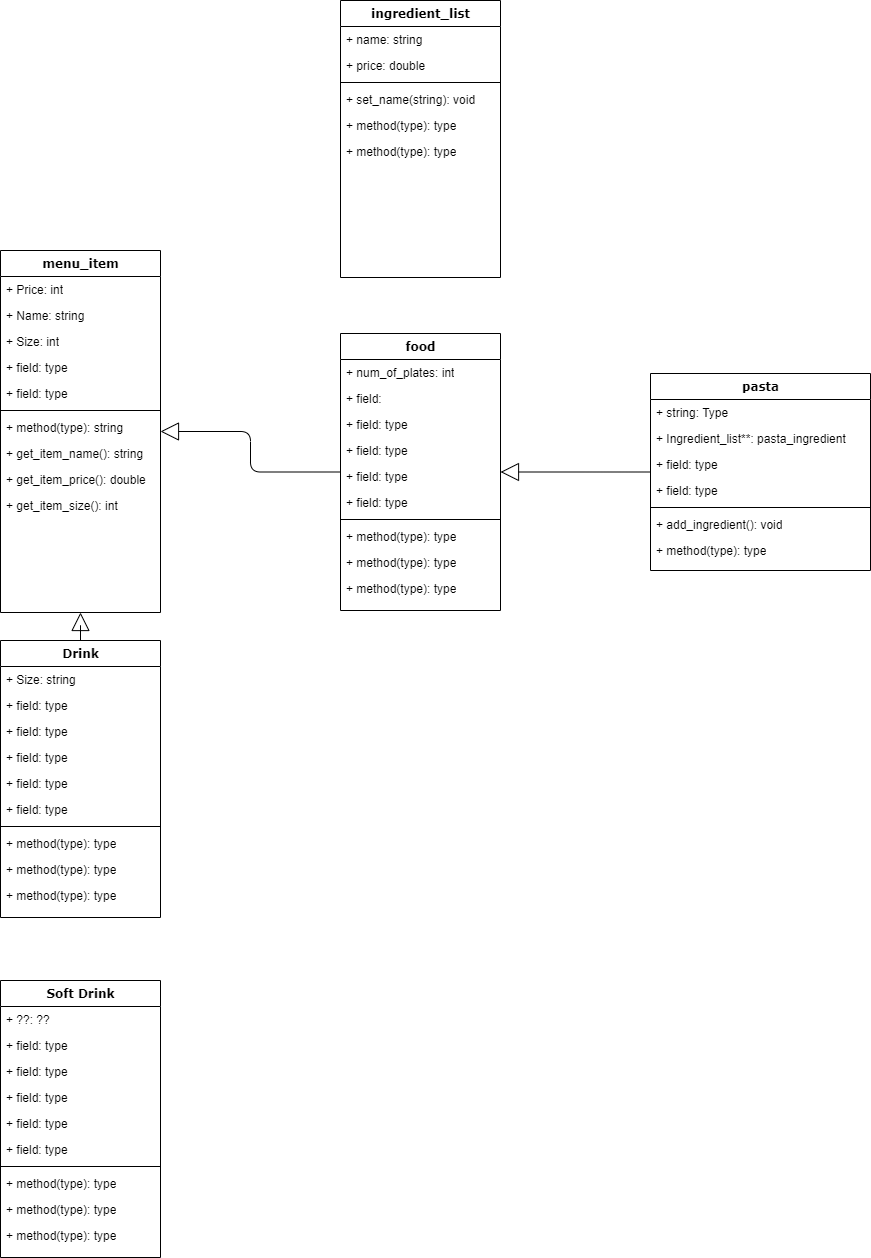
Earlier version of the draw.io export UML.png (SohamA12345/Project). Source tidied: cells renumbered, new cells last; positions are measured from the earlier drawing's top-left corner, leaving out a move shared by most shapes.
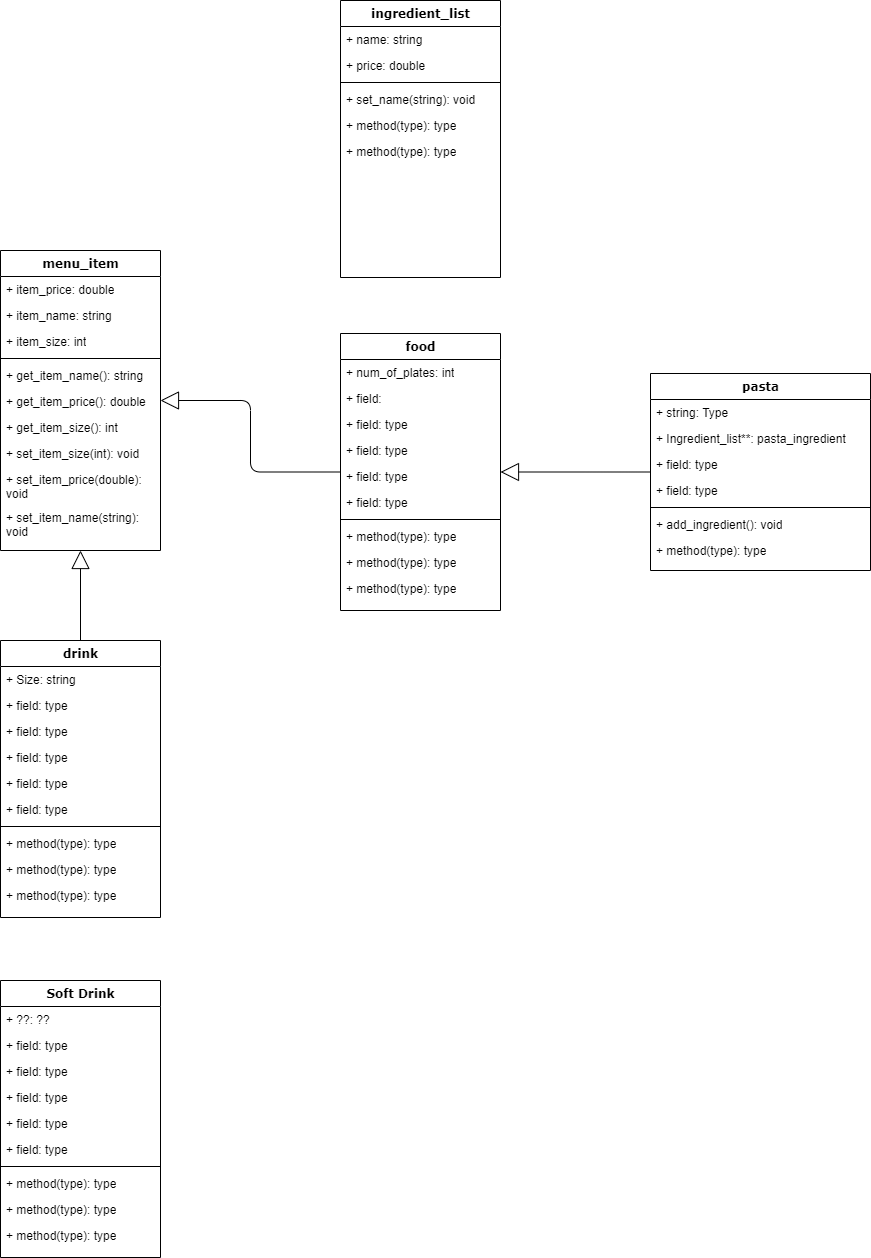
Later version of the same file.

Commit message:
Finished Menu ITem

What changed in the source:
```diff
@@ -3,38 +3,38 @@
     <mxCell id="0" />
     <mxCell id="1" parent="0" />
     <mxCell id="2" value="&lt;div&gt;menu_item&lt;br&gt;&lt;/div&gt;" style="swimlane;html=1;fontStyle=1;align=center;verticalAlign=top;horizontal=1;startSize=26;swimlaneFillColor=#ffffff;rounded=0;shadow=0;comic=0;labelBackgroundColor=none;strokeWidth=1;fillColor=none;fontFamily=Verdana;fontSize=12;" parent="1" vertex="1">
-      <mxGeometry y="250" width="160" height="362" as="geometry" />
+      <mxGeometry y="250" width="160" height="300" as="geometry" />
     </mxCell>
-    <mxCell id="3" value="+ Price: int" style="text;html=1;strokeColor=none;fillColor=none;align=left;verticalAlign=top;spacingLeft=4;spacingRight=4;whiteSpace=wrap;overflow=hidden;" parent="2" vertex="1">
+    <mxCell id="3" value="+ item_price: double" style="text;html=1;strokeColor=none;fillColor=none;align=left;verticalAlign=top;spacingLeft=4;spacingRight=4;whiteSpace=wrap;overflow=hidden;" parent="2" vertex="1">
       <mxGeometry y="26" width="160" height="26" as="geometry" />
     </mxCell>
-    <mxCell id="4" value="+ Name: string" style="text;html=1;strokeColor=none;fillColor=none;align=left;verticalAlign=top;spacingLeft=4;spacingRight=4;whiteSpace=wrap;overflow=hidden;" parent="2" vertex="1">
+    <mxCell id="4" value="+ item_name: string" style="text;html=1;strokeColor=none;fillColor=none;align=left;verticalAlign=top;spacingLeft=4;spacingRight=4;whiteSpace=wrap;overflow=hidden;" parent="2" vertex="1">
       <mxGeometry y="52" width="160" height="26" as="geometry" />
     </mxCell>
-    <mxCell id="5" value="+ Size: int" style="text;html=1;strokeColor=none;fillColor=none;align=left;verticalAlign=top;spacingLeft=4;spacingRight=4;whiteSpace=wrap;overflow=hidden;" parent="2" vertex="1">
+    <mxCell id="5" value="+ item_size: int" style="text;html=1;strokeColor=none;fillColor=none;align=left;verticalAlign=top;spacingLeft=4;spacingRight=4;whiteSpace=wrap;overflow=hidden;" parent="2" vertex="1">
       <mxGeometry y="78" width="160" height="26" as="geometry" />
     </mxCell>
-    <mxCell id="6" value="+ field: type" style="text;html=1;strokeColor=none;fillColor=none;align=left;verticalAlign=top;spacingLeft=4;spacingRight=4;whiteSpace=wrap;overflow=hidden;" parent="2" vertex="1">
-      <mxGeometry y="104" width="160" height="26" as="geometry" />
-    </mxCell>
-    <mxCell id="7" value="+ field: type" style="text;html=1;strokeColor=none;fillColor=none;align=left;verticalAlign=top;spacingLeft=4;spacingRight=4;whiteSpace=wrap;overflow=hidden;" parent="2" vertex="1">
-      <mxGeometry y="130" width="160" height="26" as="geometry" />
-    </mxCell>
     <mxCell id="8" style="line;html=1;strokeWidth=1;fillColor=none;align=left;verticalAlign=middle;spacingTop=-1;spacingLeft=3;spacingRight=3;labelPosition=right;" parent="2" vertex="1">
-      <mxGeometry y="156" width="160" height="8" as="geometry" />
+      <mxGeometry y="104" width="160" height="8" as="geometry" />
     </mxCell>
-    <mxCell id="9" value="+ method(type): string" style="text;html=1;strokeColor=none;fillColor=none;align=left;verticalAlign=top;spacingLeft=4;spacingRight=4;whiteSpace=wrap;overflow=hidden;" parent="2" vertex="1">
-      <mxGeometry y="164" width="160" height="26" as="geometry" />
-    </mxCell>
     <mxCell id="10" value="+ get_item_name(): string" style="text;html=1;strokeColor=none;fillColor=none;align=left;verticalAlign=top;spacingLeft=4;spacingRight=4;whiteSpace=wrap;overflow=hidden;" parent="2" vertex="1">
-      <mxGeometry y="190" width="160" height="26" as="geometry" />
+      <mxGeometry y="112" width="160" height="26" as="geometry" />
     </mxCell>
     <mxCell id="11" value="+ get_item_price(): double" style="text;html=1;strokeColor=none;fillColor=none;align=left;verticalAlign=top;spacingLeft=4;spacingRight=4;whiteSpace=wrap;overflow=hidden;" parent="2" vertex="1">
-      <mxGeometry y="216" width="160" height="26" as="geometry" />
+      <mxGeometry y="138" width="160" height="26" as="geometry" />
     </mxCell>
     <mxCell id="12" value="+ get_item_size(): int" style="text;html=1;strokeColor=none;fillColor=none;align=left;verticalAlign=top;spacingLeft=4;spacingRight=4;whiteSpace=wrap;overflow=hidden;" parent="2" vertex="1">
-      <mxGeometry y="242" width="160" height="26" as="geometry" />
+      <mxGeometry y="164" width="160" height="26" as="geometry" />
     </mxCell>
+    <mxCell id="64" value="+ set_item_size(int): void" style="text;html=1;strokeColor=none;fillColor=none;align=left;verticalAlign=top;spacingLeft=4;spacingRight=4;whiteSpace=wrap;overflow=hidden;" parent="2" vertex="1">
+      <mxGeometry y="190" width="160" height="26" as="geometry" />
+    </mxCell>
+    <mxCell id="65" value="+ set_item_price(double): void" style="text;html=1;strokeColor=none;fillColor=none;align=left;verticalAlign=top;spacingLeft=4;spacingRight=4;whiteSpace=wrap;overflow=hidden;" parent="2" vertex="1">
+      <mxGeometry y="216" width="160" height="38" as="geometry" />
+    </mxCell>
+    <mxCell id="66" value="+ set_item_name(string): void" style="text;html=1;strokeColor=none;fillColor=none;align=left;verticalAlign=top;spacingLeft=4;spacingRight=4;whiteSpace=wrap;overflow=hidden;" parent="2" vertex="1">
+      <mxGeometry y="254" width="160" height="40" as="geometry" />
+    </mxCell>
     <mxCell id="13" style="edgeStyle=orthogonalEdgeStyle;html=1;labelBackgroundColor=none;startFill=0;startSize=8;endArrow=block;endFill=0;endSize=16;fontFamily=Verdana;fontSize=12;elbow=vertical;rounded=1;strokeColor=default;align=center;verticalAlign=middle;fontColor=default;" parent="1" edge="1" source="25" target="14">
       <mxGeometry relative="1" as="geometry" />
     </mxCell>
@@ -101,7 +101,7 @@
     <mxCell id="34" style="edgeStyle=orthogonalEdgeStyle;rounded=1;jettySize=auto;html=1;entryX=0.5;entryY=1;entryDx=0;entryDy=0;strokeColor=default;align=center;verticalAlign=middle;fontFamily=Verdana;fontSize=12;fontColor=default;labelBackgroundColor=none;startFill=0;startSize=8;endArrow=block;endFill=0;endSize=16;" parent="1" edge="1" source="35" target="2">
       <mxGeometry relative="1" as="geometry" />
     </mxCell>
-    <mxCell id="35" value="Drink" style="swimlane;html=1;fontStyle=1;align=center;verticalAlign=top;horizontal=1;startSize=26;swimlaneFillColor=#ffffff;rounded=0;shadow=0;comic=0;labelBackgroundColor=none;strokeWidth=1;fillColor=none;fontFamily=Verdana;fontSize=12;" parent="1" vertex="1">
+    <mxCell id="35" value="drink" style="swimlane;html=1;fontStyle=1;align=center;verticalAlign=top;horizontal=1;startSize=26;swimlaneFillColor=#ffffff;rounded=0;shadow=0;comic=0;labelBackgroundColor=none;strokeWidth=1;fillColor=none;fontFamily=Verdana;fontSize=12;" parent="1" vertex="1">
       <mxGeometry y="640" width="160" height="277" as="geometry" />
     </mxCell>
     <mxCell id="36" value="+ Size: string" style="text;html=1;strokeColor=none;fillColor=none;align=left;verticalAlign=top;spacingLeft=4;spacingRight=4;whiteSpace=wrap;overflow=hidden;" parent="35" vertex="1">
```
